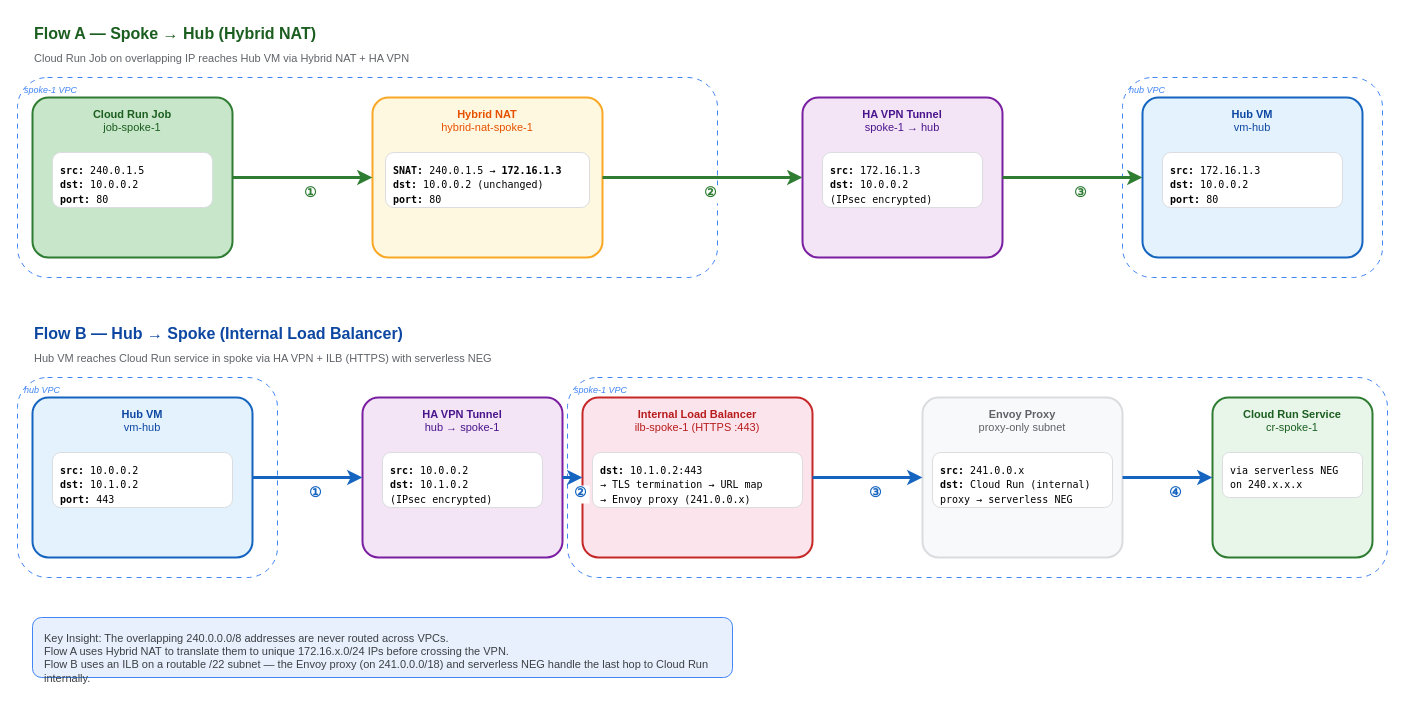
Above: direct-vpc-egress/docs/diagrams/traffic-flows.drawio in pmgledhill102/cloud-run-overlap-ips-with-nat (draw.io), before the change. Source tidied: cells renumbered, new cells numbered last; positions are measured from the earlier drawing's top-left corner, leaving out a move shared by most shapes. Both pictures are drawn from the tidied source at 100%, with x=0, y=0 at pixel (17, 17).
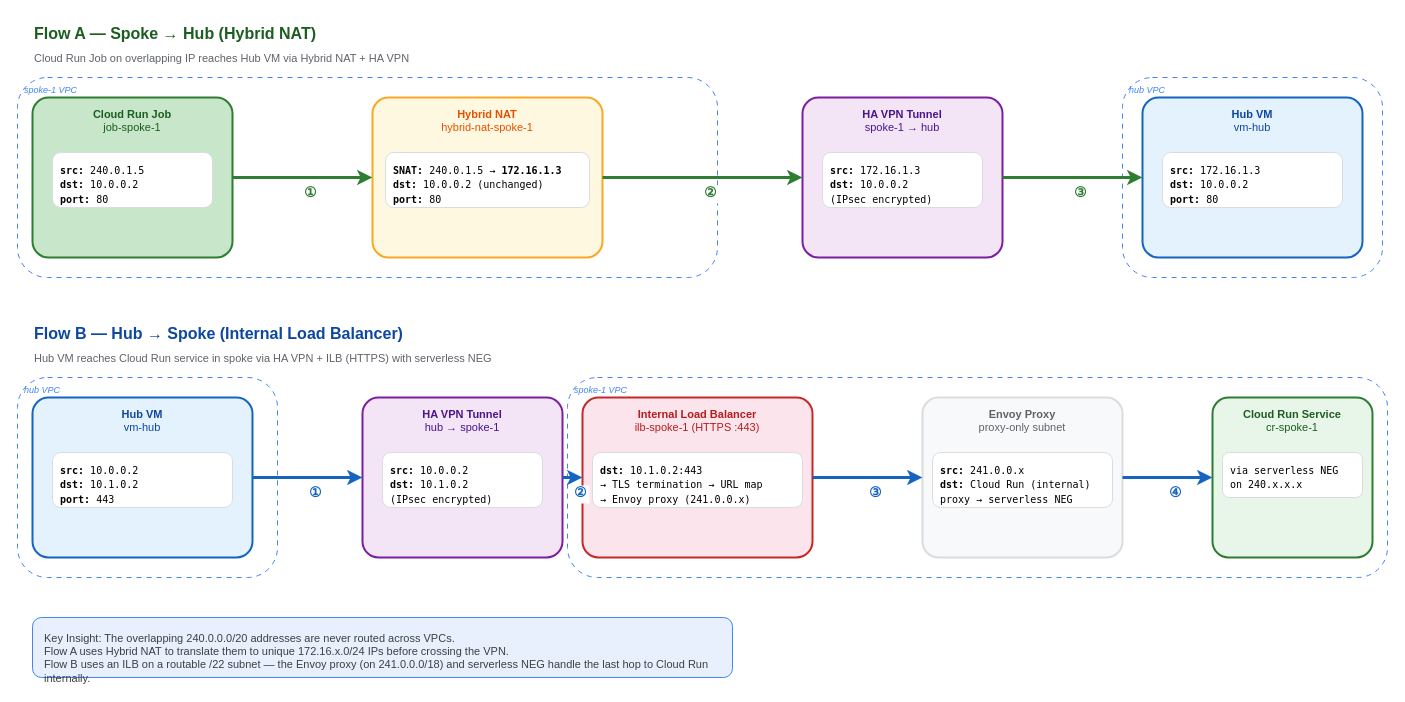
After the change.

Commit message (it also covers changes not shown here):
Reduce overlap subnet from /8 to /20 for production-realistic sizing

Change to the diagram source:
```diff
@@
-    <mxCell id="46" value="Key Insight: The overlapping 240.0.0.0/8 addresses are never routed across VPCs.&lt;br&gt;Flow A uses Hybrid NAT to translate them to unique 172.16.x.0/24 IPs before crossing the VPN.&lt;br&gt;Flow B uses an ILB on a routable /22 subnet — the Envoy proxy (on 241.0.0.0/18) and serverless NEG handle the last hop to Cloud Run internally." style="text;html=1;fontSize=11;fontColor=#3C4043;align=left;verticalAlign=top;fillColor=#E8F0FE;rounded=1;strokeColor=#4285F4;spacingLeft=10;spacingRight=10;spacingTop=8;spacingBottom=8;whiteSpace=wrap;" parent="1" vertex="1">
+    <mxCell id="46" value="Key Insight: The overlapping 240.0.0.0/20 addresses are never routed across VPCs.&lt;br&gt;Flow A uses Hybrid NAT to translate them to unique 172.16.x.0/24 IPs before crossing the VPN.&lt;br&gt;Flow B uses an ILB on a routable /22 subnet — the Envoy proxy (on 241.0.0.0/18) and serverless NEG handle the last hop to Cloud Run internally." style="text;html=1;fontSize=11;fontColor=#3C4043;align=left;verticalAlign=top;fillColor=#E8F0FE;rounded=1;strokeColor=#4285F4;spacingLeft=10;spacingRight=10;spacingTop=8;spacingBottom=8;whiteSpace=wrap;" parent="1" vertex="1">
       <mxGeometry x="15" y="600" width="700" height="60" as="geometry" />
     </mxCell>
```
